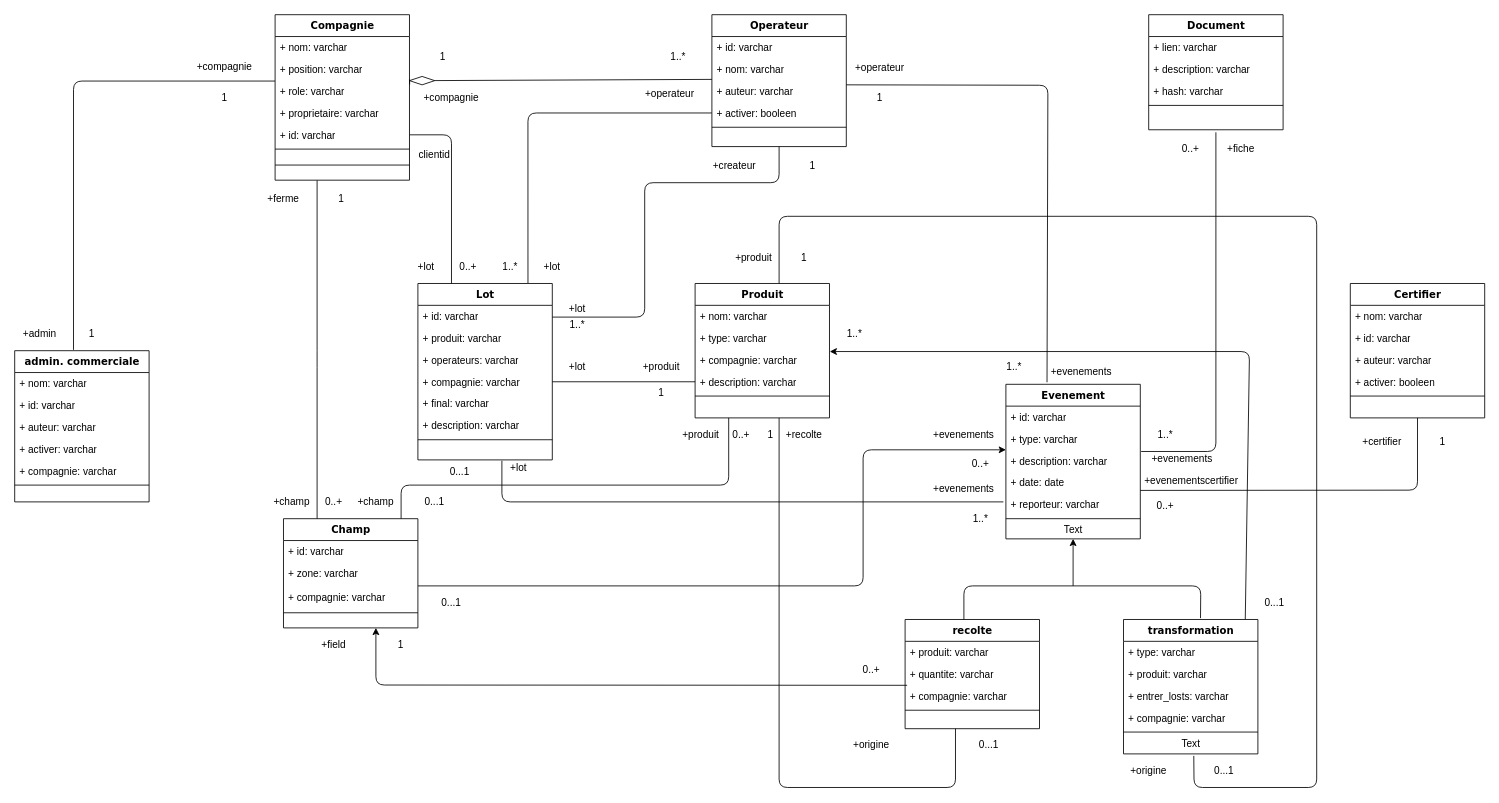
Before: Untitled Diagram.drawio in loosker95/diagram, a draw.io diagram. Source tidied: cells renumbered, new cells numbered last; positions are measured from the earlier drawing's top-left corner, leaving out a move shared by most shapes. Both pictures are drawn from the tidied source at 84%, with x=0, y=0 at pixel (14, 14).
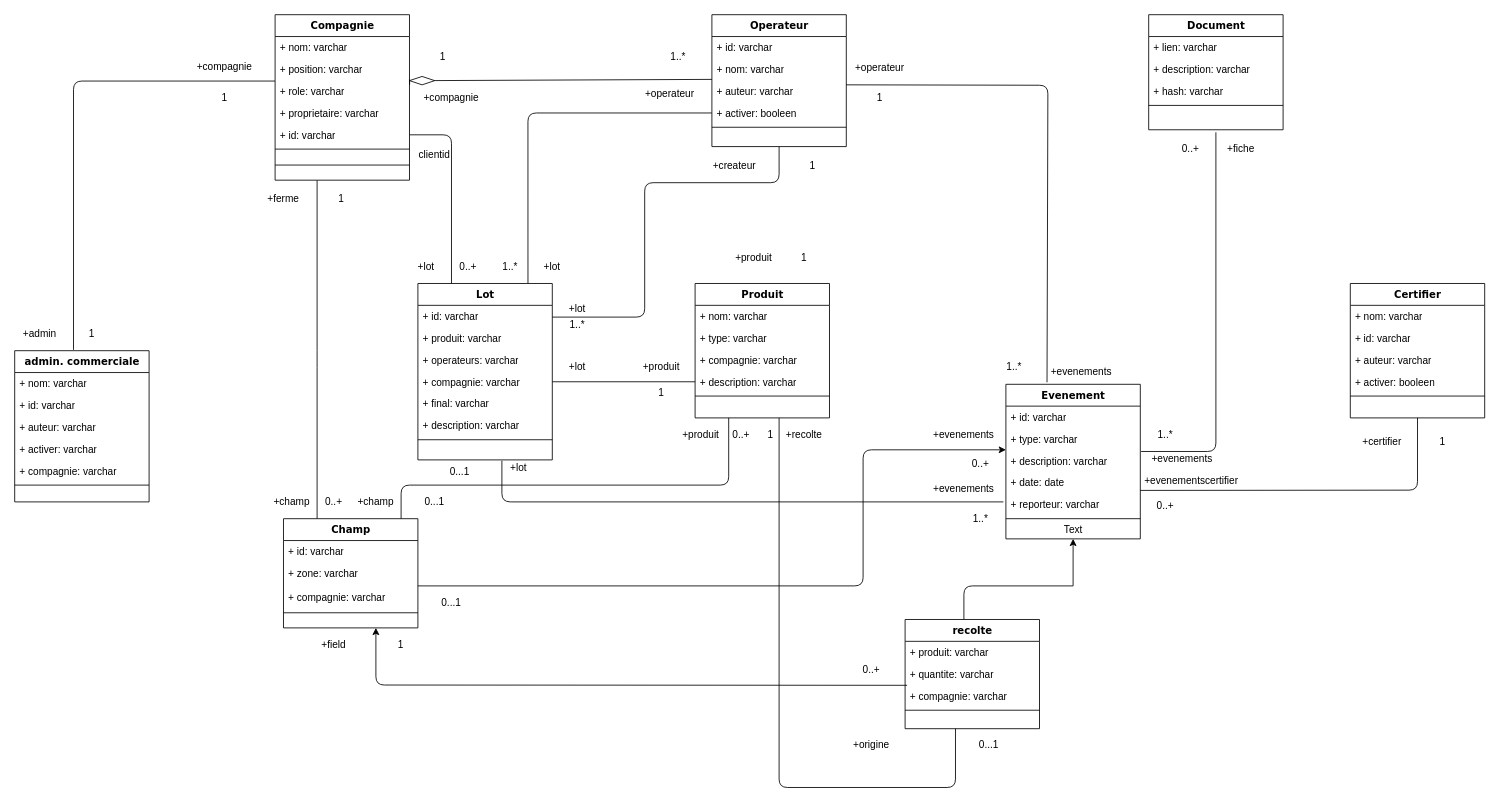
Above is the later version.

Unchanged cells that the change refers to:
```xml
<mxCell id="18" value="+ compagnie: varchar" style="text;html=1;strokeColor=none;fillColor=none;align=left;verticalAlign=top;spacingLeft=4;spacingRight=4;whiteSpace=wrap;overflow=hidden;points=[[0,0.5],[1,0.5]];portConstraint=eastwest;" parent="15" vertex="1">
  <mxGeometry y="78" width="160" height="26" as="geometry" />
</mxCell>
```

The edit, as a diff of the source:
```diff
@@
-    <mxCell id="44" value="transformation" style="swimlane;html=1;fontStyle=1;align=center;verticalAlign=top;horizontal=1;startSize=26;swimlaneFillColor=#ffffff;rounded=0;shadow=0;comic=0;labelBackgroundColor=none;strokeWidth=1;fillColor=none;fontFamily=Verdana;fontSize=12;" parent="1" vertex="1">
-      <mxGeometry x="1320" y="720" width="160" height="160" as="geometry" />
-    </mxCell>
-    <mxCell id="45" value="+ type: varchar" style="text;html=1;strokeColor=none;fillColor=none;align=left;verticalAlign=top;spacingLeft=4;spacingRight=4;whiteSpace=wrap;overflow=hidden;" parent="44" vertex="1">
-      <mxGeometry y="26" width="160" height="26" as="geometry" />
-    </mxCell>
-    <mxCell id="46" value="+ produit: varchar" style="text;html=1;strokeColor=none;fillColor=none;align=left;verticalAlign=top;spacingLeft=4;spacingRight=4;whiteSpace=wrap;overflow=hidden;" parent="44" vertex="1">
-      <mxGeometry y="52" width="160" height="26" as="geometry" />
-    </mxCell>
-    <mxCell id="47" value="+ entrer_losts: varchar" style="text;html=1;strokeColor=none;fillColor=none;align=left;verticalAlign=top;spacingLeft=4;spacingRight=4;whiteSpace=wrap;overflow=hidden;" parent="44" vertex="1">
-      <mxGeometry y="78" width="160" height="26" as="geometry" />
-    </mxCell>
-    <mxCell id="48" value="+ compagnie: varchar" style="text;html=1;strokeColor=none;fillColor=none;align=left;verticalAlign=top;spacingLeft=4;spacingRight=4;whiteSpace=wrap;overflow=hidden;" parent="44" vertex="1">
-      <mxGeometry y="104" width="160" height="26" as="geometry" />
-    </mxCell>
-    <mxCell id="49" style="line;html=1;strokeWidth=1;fillColor=none;align=left;verticalAlign=middle;spacingTop=-1;spacingLeft=3;spacingRight=3;labelPosition=right;" parent="44" vertex="1">
-      <mxGeometry y="130" width="160" height="8" as="geometry" />
-    </mxCell>
-    <mxCell id="50" value="Text" style="text;html=1;align=center;verticalAlign=middle;points=[];" parent="44" vertex="1">
-      <mxGeometry y="138" width="160" height="20" as="geometry" />
-    </mxCell>
@@
-    <mxCell id="86" style="endArrow=none;html=1;entryX=0.573;entryY=-0.01;entryDx=0;entryDy=0;entryPerimeter=0;" parent="1" edge="1" target="44">
+    <mxCell id="86" style="endArrow=none;html=1;" parent="1" edge="1">
       <mxGeometry relative="1" as="geometry">
         <mxPoint x="1130" y="720" as="sourcePoint" />
+        <mxPoint x="1260" y="680" as="targetPoint" />
         <Array as="points">
           <mxPoint x="1130" y="680" />
-          <mxPoint x="1412" y="680" />
         </Array>
       </mxGeometry>
     </mxCell>
@@
-    <mxCell id="91" style="endArrow=none;html=1;entryX=0.523;entryY=1.217;entryDx=0;entryDy=0;entryPerimeter=0;" parent="1" edge="1" target="50">
-      <mxGeometry relative="1" as="geometry">
-        <mxPoint x="910" y="320" as="sourcePoint" />
-        <Array as="points">
-          <mxPoint x="910" y="240" />
-          <mxPoint x="1550" y="240" />
-          <mxPoint x="1550" y="920" />
-          <mxPoint x="1404" y="920" />
-        </Array>
-      </mxGeometry>
-    </mxCell>
-    <mxCell id="92" style="endArrow=classic;html=1;entryX=1.002;entryY=0.115;entryDx=0;entryDy=0;entryPerimeter=0;exitX=0.906;exitY=-0.002;exitDx=0;exitDy=0;exitPerimeter=0;" parent="1" edge="1" source="44" target="18">
-      <mxGeometry relative="1" as="geometry">
-        <Array as="points">
-          <mxPoint x="1470" y="401" />
-        </Array>
-      </mxGeometry>
-    </mxCell>
@@
-    <mxCell id="124" value="+origine" style="text;html=1;strokeColor=none;fillColor=none;align=center;verticalAlign=middle;whiteSpace=wrap;rounded=0;" parent="1" vertex="1">
-      <mxGeometry x="1330" y="890" width="40" height="20" as="geometry" />
-    </mxCell>
-    <mxCell id="125" value="0...1" style="text;html=1;strokeColor=none;fillColor=none;align=center;verticalAlign=middle;whiteSpace=wrap;rounded=0;" parent="1" vertex="1">
-      <mxGeometry x="1420" y="890" width="40" height="20" as="geometry" />
-    </mxCell>
@@
-    <mxCell id="140" value="1..*" style="text;html=1;strokeColor=none;fillColor=none;align=center;verticalAlign=middle;whiteSpace=wrap;rounded=0;" parent="1" vertex="1">
-      <mxGeometry x="980" y="370" width="40" height="20" as="geometry" />
-    </mxCell>
@@
-    <mxCell id="151" value="0...1" style="text;html=1;strokeColor=none;fillColor=none;align=center;verticalAlign=middle;whiteSpace=wrap;rounded=0;" parent="1" vertex="1">
-      <mxGeometry x="1480" y="690" width="40" height="20" as="geometry" />
-    </mxCell>
```
